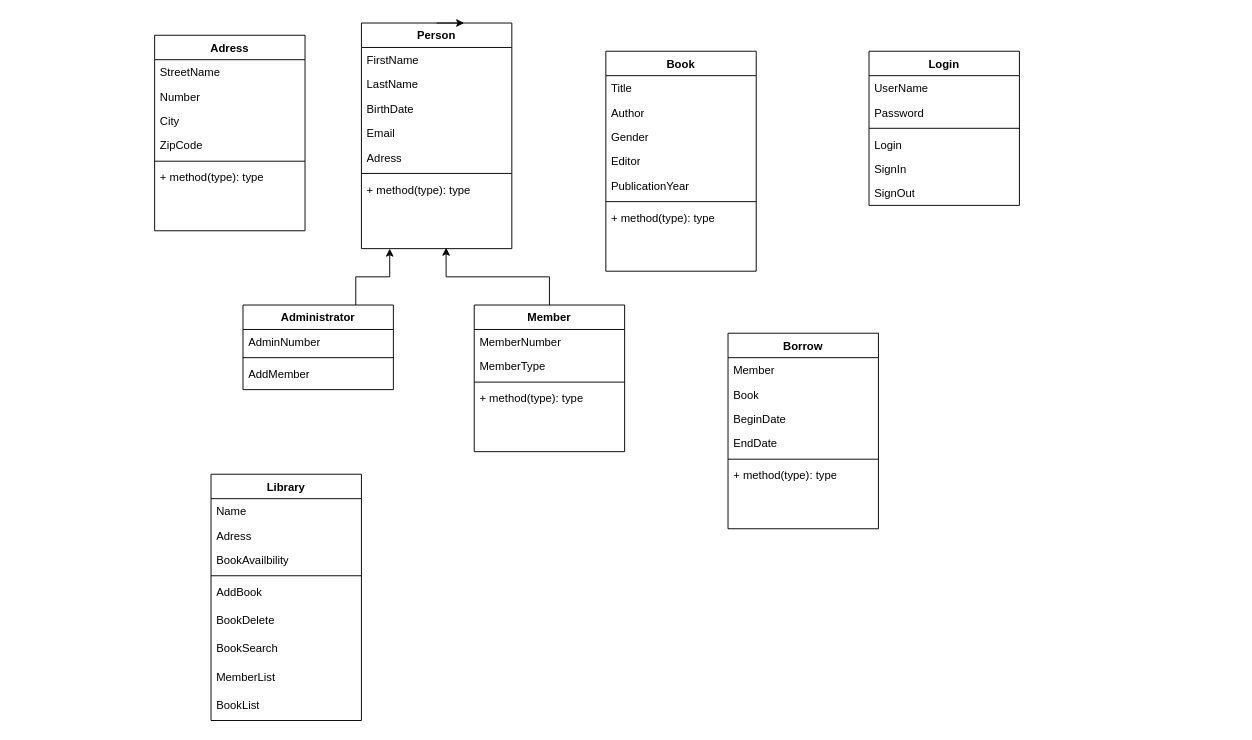
Before: diagramme_bbl.drawio in Roselyne59/projet_bbl, a draw.io diagram. Source tidied: cells renumbered, new cells numbered last; positions are measured from the earlier drawing's top-left corner, leaving out a move shared by most shapes. Both pictures are drawn from the tidied source at 94%, with x=0, y=0 at pixel (154, 23).
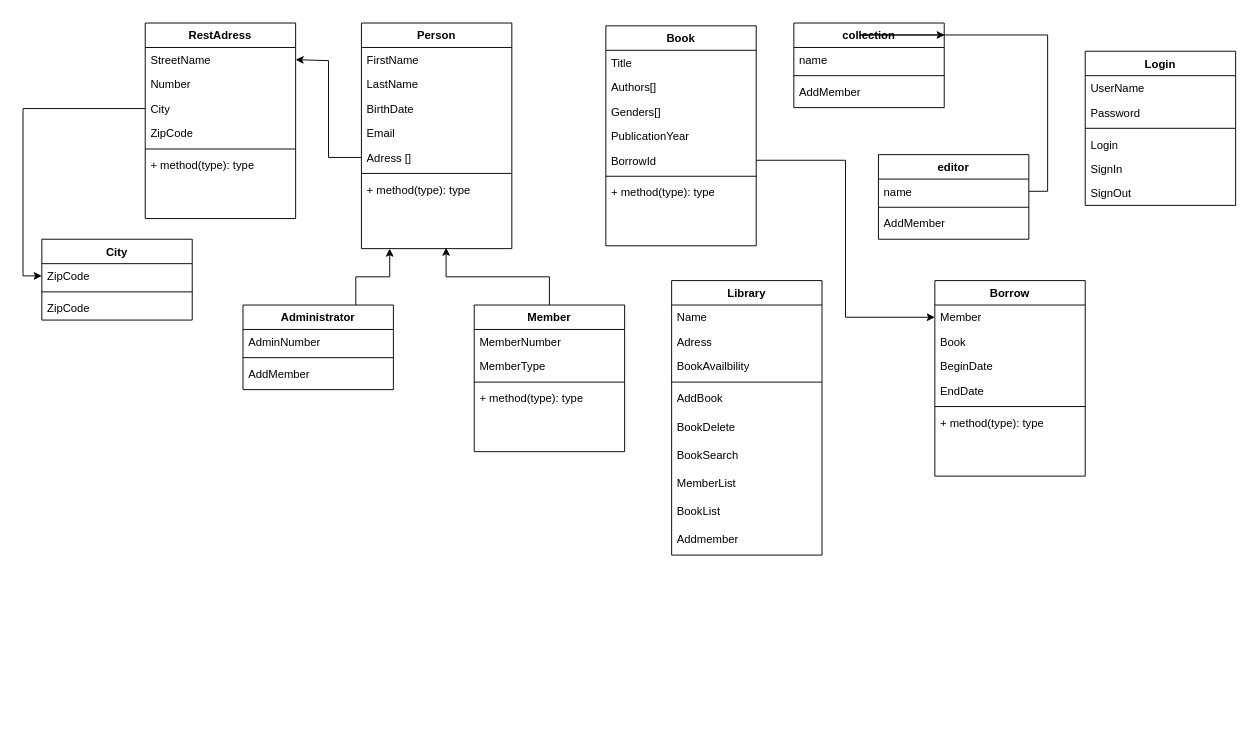
The same page after the edit.

Commit message:
Up date class diagram

The change refers to these unchanged cells:
```xml
<mxCell id="8" value="&lt;div&gt;&lt;div&gt;StreetName&lt;/div&gt;&lt;/div&gt;" style="text;strokeColor=none;fillColor=none;align=left;verticalAlign=top;spacingLeft=4;spacingRight=4;overflow=hidden;points=[[0,0.5],[1,0.5]];portConstraint=eastwest;whiteSpace=wrap;html=1;" parent="7" vertex="1">
  <mxGeometry y="26" width="160" height="26" as="geometry" />
</mxCell>
<mxCell id="10" value="City" style="text;strokeColor=none;fillColor=none;align=left;verticalAlign=top;spacingLeft=4;spacingRight=4;overflow=hidden;points=[[0,0.5],[1,0.5]];portConstraint=eastwest;whiteSpace=wrap;html=1;" parent="7" vertex="1">
  <mxGeometry y="78" width="160" height="26" as="geometry" />
</mxCell>
<mxCell id="14" value="Person" style="swimlane;fontStyle=1;align=center;verticalAlign=top;horizontal=1;startSize=26;whiteSpace=wrap;html=1;" parent="1" vertex="1">
  <mxGeometry x="220" width="160" height="240" as="geometry" />
</mxCell>
<mxCell id="30" value="Member&lt;div&gt;&lt;br&gt;&lt;/div&gt;&lt;div&gt;&lt;br&gt;&lt;/div&gt;" style="text;strokeColor=none;fillColor=none;align=left;verticalAlign=top;spacingLeft=4;spacingRight=4;overflow=hidden;points=[[0,0.5],[1,0.5]];portConstraint=eastwest;whiteSpace=wrap;html=1;" parent="29" vertex="1">
  <mxGeometry y="26" width="160" height="26" as="geometry" />
</mxCell>
```

Diff of the diagram source:
```diff
@@
-    <mxCell id="7" value="Adress" style="swimlane;fontStyle=1;align=center;verticalAlign=top;horizontal=1;startSize=26;whiteSpace=wrap;html=1;" parent="1" vertex="1">
-      <mxGeometry y="13" width="160" height="208" as="geometry" />
+    <mxCell id="7" value="RestAdress" style="swimlane;fontStyle=1;align=center;verticalAlign=top;horizontal=1;startSize=26;whiteSpace=wrap;html=1;" parent="1" vertex="1">
+      <mxGeometry x="-10" width="160" height="208" as="geometry" />
     </mxCell>
@@
-    <mxCell id="19" value="&lt;div&gt;&lt;div&gt;Adress&lt;/div&gt;&lt;/div&gt;" style="text;strokeColor=none;fillColor=none;align=left;verticalAlign=top;spacingLeft=4;spacingRight=4;overflow=hidden;points=[[0,0.5],[1,0.5]];portConstraint=eastwest;whiteSpace=wrap;html=1;" parent="14" vertex="1">
+    <mxCell id="19" value="&lt;div&gt;&lt;div&gt;Adress []&lt;/div&gt;&lt;/div&gt;" style="text;strokeColor=none;fillColor=none;align=left;verticalAlign=top;spacingLeft=4;spacingRight=4;overflow=hidden;points=[[0,0.5],[1,0.5]];portConstraint=eastwest;whiteSpace=wrap;html=1;" parent="14" vertex="1">
       <mxGeometry y="130" width="160" height="26" as="geometry" />
     </mxCell>
@@
-    <mxCell id="26" style="edgeStyle=orthogonalEdgeStyle;rounded=0;orthogonalLoop=1;jettySize=auto;html=1;exitX=0.5;exitY=0;exitDx=0;exitDy=0;entryX=0.683;entryY=0.001;entryDx=0;entryDy=0;entryPerimeter=0;" parent="1" edge="1" source="14" target="14">
-      <mxGeometry relative="1" as="geometry" />
-    </mxCell>
@@
     <mxCell id="29" value="Borrow" style="swimlane;fontStyle=1;align=center;verticalAlign=top;horizontal=1;startSize=26;whiteSpace=wrap;html=1;" parent="1" vertex="1">
-      <mxGeometry x="610" y="330" width="160" height="208" as="geometry" />
+      <mxGeometry x="830" y="274" width="160" height="208" as="geometry" />
     </mxCell>
@@
     <mxCell id="36" value="Library" style="swimlane;fontStyle=1;align=center;verticalAlign=top;horizontal=1;startSize=26;whiteSpace=wrap;html=1;" parent="1" vertex="1">
-      <mxGeometry x="60" y="480" width="160" height="262" as="geometry" />
+      <mxGeometry x="550" y="274" width="160" height="292" as="geometry" />
     </mxCell>
@@
+    <mxCell id="61" value="&lt;div&gt;Addmember&lt;/div&gt;" style="text;strokeColor=none;fillColor=none;align=left;verticalAlign=top;spacingLeft=4;spacingRight=4;overflow=hidden;whiteSpace=wrap;html=1;" parent="36" vertex="1">
+      <mxGeometry y="262" width="160" height="30" as="geometry" />
+    </mxCell>
     <mxCell id="46" value="Book" style="swimlane;fontStyle=1;align=center;verticalAlign=top;horizontal=1;startSize=26;whiteSpace=wrap;html=1;" parent="1" vertex="1">
-      <mxGeometry x="480" y="30" width="160" height="234" as="geometry" />
+      <mxGeometry x="480" y="3" width="160" height="234" as="geometry" />
     </mxCell>
@@
-    <mxCell id="48" value="&lt;div&gt;&lt;div&gt;Author&lt;/div&gt;&lt;/div&gt;" style="text;strokeColor=none;fillColor=none;align=left;verticalAlign=top;spacingLeft=4;spacingRight=4;overflow=hidden;whiteSpace=wrap;html=1;" parent="46" vertex="1">
+    <mxCell id="48" value="&lt;div&gt;&lt;div&gt;Authors[]&lt;/div&gt;&lt;/div&gt;" style="text;strokeColor=none;fillColor=none;align=left;verticalAlign=top;spacingLeft=4;spacingRight=4;overflow=hidden;whiteSpace=wrap;html=1;" parent="46" vertex="1">
       <mxGeometry y="52" width="160" height="26" as="geometry" />
     </mxCell>
-    <mxCell id="49" value="&lt;div&gt;&lt;div&gt;Gender&lt;/div&gt;&lt;/div&gt;" style="text;strokeColor=none;fillColor=none;align=left;verticalAlign=top;spacingLeft=4;spacingRight=4;overflow=hidden;whiteSpace=wrap;html=1;" parent="46" vertex="1">
+    <mxCell id="49" value="&lt;div&gt;&lt;div&gt;Genders[]&lt;/div&gt;&lt;/div&gt;" style="text;strokeColor=none;fillColor=none;align=left;verticalAlign=top;spacingLeft=4;spacingRight=4;overflow=hidden;whiteSpace=wrap;html=1;" parent="46" vertex="1">
       <mxGeometry y="78" width="160" height="26" as="geometry" />
     </mxCell>
-    <mxCell id="50" value="&lt;div&gt;&lt;div&gt;Editor&lt;/div&gt;&lt;/div&gt;" style="text;strokeColor=none;fillColor=none;align=left;verticalAlign=top;spacingLeft=4;spacingRight=4;overflow=hidden;whiteSpace=wrap;html=1;" parent="46" vertex="1">
-      <mxGeometry y="104" width="160" height="26" as="geometry" />
-    </mxCell>
     <mxCell id="51" value="&lt;div&gt;&lt;div&gt;PublicationYear&lt;/div&gt;&lt;/div&gt;" style="text;strokeColor=none;fillColor=none;align=left;verticalAlign=top;spacingLeft=4;spacingRight=4;overflow=hidden;whiteSpace=wrap;html=1;" parent="46" vertex="1">
-      <mxGeometry y="130" width="160" height="26" as="geometry" />
+      <mxGeometry y="104" width="160" height="26" as="geometry" />
     </mxCell>
+    <mxCell id="62" value="&lt;div&gt;&lt;div&gt;BorrowId&lt;/div&gt;&lt;/div&gt;" style="text;strokeColor=none;fillColor=none;align=left;verticalAlign=top;spacingLeft=4;spacingRight=4;overflow=hidden;points=[[0,0.5],[1,0.5]];portConstraint=eastwest;whiteSpace=wrap;html=1;" parent="46" vertex="1">
+      <mxGeometry y="130" width="160" height="26" as="geometry" />
+    </mxCell>
@@
     <mxCell id="54" value="Login" style="swimlane;fontStyle=1;align=center;verticalAlign=top;horizontal=1;startSize=26;whiteSpace=wrap;html=1;" parent="1" vertex="1">
-      <mxGeometry x="760" y="30" width="160" height="164" as="geometry" />
+      <mxGeometry x="990" y="30" width="160" height="164" as="geometry" />
     </mxCell>
@@
+    <mxCell id="63" value="City" style="swimlane;fontStyle=1;align=center;verticalAlign=top;horizontal=1;startSize=26;whiteSpace=wrap;html=1;" parent="1" vertex="1">
+      <mxGeometry x="-120" y="230" width="160" height="86" as="geometry" />
+    </mxCell>
+    <mxCell id="64" value="&lt;div&gt;&lt;div&gt;ZipCode&lt;/div&gt;&lt;/div&gt;" style="text;strokeColor=none;fillColor=none;align=left;verticalAlign=top;spacingLeft=4;spacingRight=4;overflow=hidden;points=[[0,0.5],[1,0.5]];portConstraint=eastwest;whiteSpace=wrap;html=1;" parent="63" vertex="1">
+      <mxGeometry y="26" width="160" height="26" as="geometry" />
+    </mxCell>
+    <mxCell id="65" style="line;strokeWidth=1;fillColor=none;align=left;verticalAlign=middle;spacingTop=-1;spacingLeft=3;spacingRight=3;labelPosition=right;strokeColor=inherit;" parent="63" vertex="1">
+      <mxGeometry y="52" width="160" height="8" as="geometry" />
+    </mxCell>
+    <mxCell id="66" value="&lt;div&gt;&lt;div&gt;ZipCode&lt;/div&gt;&lt;/div&gt;" style="text;strokeColor=none;fillColor=none;align=left;verticalAlign=top;spacingLeft=4;spacingRight=4;overflow=hidden;whiteSpace=wrap;html=1;" parent="63" vertex="1">
+      <mxGeometry y="60" width="160" height="26" as="geometry" />
+    </mxCell>
+    <mxCell id="67" style="edgeStyle=orthogonalEdgeStyle;rounded=0;jettySize=auto;html=1;entryX=1;entryY=0.5;entryDx=0;entryDy=0;" parent="1" edge="1" source="19" target="8">
+      <mxGeometry relative="1" as="geometry">
+        <Array as="points">
+          <mxPoint x="185" y="143" />
+          <mxPoint x="185" y="40" />
+          <mxPoint x="150" y="40" />
+        </Array>
+      </mxGeometry>
+    </mxCell>
+    <mxCell id="68" style="edgeStyle=orthogonalEdgeStyle;rounded=0;jettySize=auto;html=1;entryX=0;entryY=0.5;entryDx=0;entryDy=0;" parent="1" edge="1" source="10" target="64">
+      <mxGeometry relative="1" as="geometry" />
+    </mxCell>
+    <mxCell id="69" value="collection" style="swimlane;fontStyle=1;align=center;verticalAlign=top;horizontal=1;startSize=26;whiteSpace=wrap;html=1;" parent="1" vertex="1">
+      <mxGeometry x="680" width="160" height="90" as="geometry" />
+    </mxCell>
+    <mxCell id="70" value="&lt;div&gt;&lt;div&gt;name&lt;/div&gt;&lt;/div&gt;" style="text;strokeColor=none;fillColor=none;align=left;verticalAlign=top;spacingLeft=4;spacingRight=4;overflow=hidden;whiteSpace=wrap;html=1;" parent="69" vertex="1">
+      <mxGeometry y="26" width="160" height="26" as="geometry" />
+    </mxCell>
+    <mxCell id="71" style="line;strokeWidth=1;fillColor=none;align=left;verticalAlign=middle;spacingTop=-1;spacingLeft=3;spacingRight=3;labelPosition=right;strokeColor=inherit;" parent="69" vertex="1">
+      <mxGeometry y="52" width="160" height="8" as="geometry" />
+    </mxCell>
+    <mxCell id="72" value="AddMember" style="text;strokeColor=none;fillColor=none;align=left;verticalAlign=top;spacingLeft=4;spacingRight=4;overflow=hidden;whiteSpace=wrap;html=1;" parent="69" vertex="1">
+      <mxGeometry y="60" width="160" height="30" as="geometry" />
+    </mxCell>
+    <mxCell id="73" value="editor" style="swimlane;fontStyle=1;align=center;verticalAlign=top;horizontal=1;startSize=26;whiteSpace=wrap;html=1;" parent="1" vertex="1">
+      <mxGeometry x="770" y="140" width="160" height="90" as="geometry" />
+    </mxCell>
+    <mxCell id="74" value="&lt;div&gt;&lt;div&gt;name&lt;/div&gt;&lt;/div&gt;" style="text;strokeColor=none;fillColor=none;align=left;verticalAlign=top;spacingLeft=4;spacingRight=4;overflow=hidden;points=[[0,0.5],[1,0.5]];portConstraint=eastwest;whiteSpace=wrap;html=1;" parent="73" vertex="1">
+      <mxGeometry y="26" width="160" height="26" as="geometry" />
+    </mxCell>
+    <mxCell id="75" style="line;strokeWidth=1;fillColor=none;align=left;verticalAlign=middle;spacingTop=-1;spacingLeft=3;spacingRight=3;labelPosition=right;strokeColor=inherit;" parent="73" vertex="1">
+      <mxGeometry y="52" width="160" height="8" as="geometry" />
+    </mxCell>
+    <mxCell id="76" value="AddMember" style="text;strokeColor=none;fillColor=none;align=left;verticalAlign=top;spacingLeft=4;spacingRight=4;overflow=hidden;whiteSpace=wrap;html=1;" parent="73" vertex="1">
+      <mxGeometry y="60" width="160" height="30" as="geometry" />
+    </mxCell>
+    <mxCell id="77" style="edgeStyle=orthogonalEdgeStyle;rounded=0;jettySize=auto;html=1;exitX=1;exitY=0.5;exitDx=0;exitDy=0;entryX=1.003;entryY=0.141;entryDx=0;entryDy=0;entryPerimeter=0;" parent="1" edge="1" source="74" target="69">
+      <mxGeometry relative="1" as="geometry" />
+    </mxCell>
+    <mxCell id="78" style="edgeStyle=orthogonalEdgeStyle;rounded=0;jettySize=auto;html=1;" parent="1" edge="1" source="62" target="30">
+      <mxGeometry relative="1" as="geometry" />
+    </mxCell>
```
